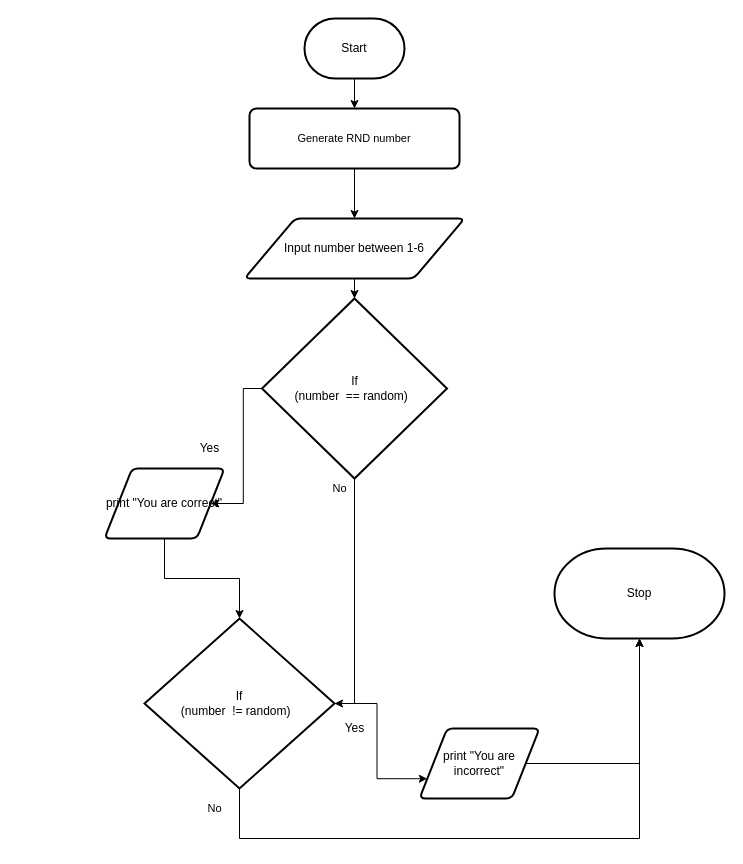
This is design/flow-chart.drawio from Kenny-Le-281/ICS2O-Unit5-01, a draw.io file, before an edit. Source tidied: cells renumbered, new cells numbered last; positions are measured from the earlier drawing's top-left corner, leaving out a move shared by most shapes. Both pictures are drawn from the tidied source at 100%, with x=0, y=0 at pixel (104, 18).
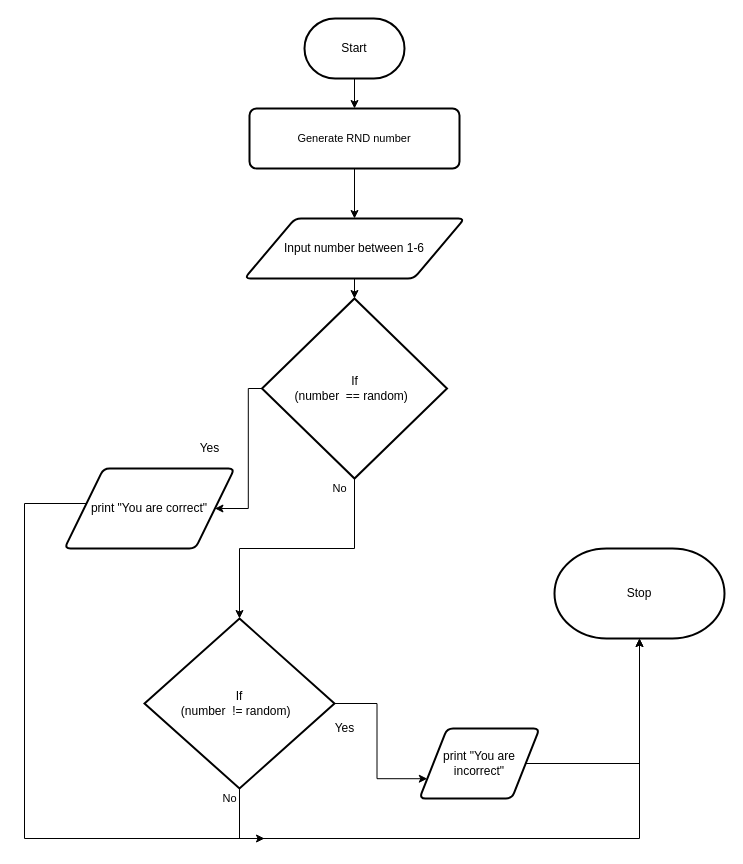
The same diagram, later.

The change refers to these unchanged cells:
```xml
<mxCell id="11" value="If&lt;br&gt;(number&amp;nbsp; == random)&amp;nbsp;&amp;nbsp;" style="strokeWidth=2;html=1;shape=mxgraph.flowchart.decision;whiteSpace=wrap;" parent="1" vertex="1">
  <mxGeometry x="157.5" y="280" width="185" height="180" as="geometry" />
</mxCell>
<mxCell id="15" value="If&lt;br&gt;(number&amp;nbsp; != random)&amp;nbsp;&amp;nbsp;" style="strokeWidth=2;html=1;shape=mxgraph.flowchart.decision;whiteSpace=wrap;" parent="1" vertex="1">
  <mxGeometry x="40" y="600" width="190" height="170" as="geometry" />
</mxCell>
```

Diff of the diagram source:
```diff
@@
-    <mxCell id="6" style="edgeStyle=orthogonalEdgeStyle;shape=connector;rounded=0;html=1;labelBackgroundColor=default;fontFamily=Helvetica;fontSize=11;fontColor=default;endArrow=classic;strokeColor=default;entryX=0.5;entryY=0;entryDx=0;entryDy=0;entryPerimeter=0;" parent="1" edge="1" source="7" target="15">
-      <mxGeometry relative="1" as="geometry" />
+    <mxCell id="6" style="edgeStyle=orthogonalEdgeStyle;shape=connector;rounded=0;html=1;labelBackgroundColor=default;fontFamily=Helvetica;fontSize=11;fontColor=default;endArrow=classic;strokeColor=default;" parent="1" edge="1" source="7">
+      <mxGeometry relative="1" as="geometry">
+        <mxPoint x="160" y="820" as="targetPoint" />
+        <Array as="points">
+          <mxPoint x="-80" y="485" />
+          <mxPoint x="-80" y="820" />
+        </Array>
+      </mxGeometry>
     </mxCell>
     <mxCell id="7" value="print &quot;You are correct&quot;" style="shape=parallelogram;html=1;strokeWidth=2;perimeter=parallelogramPerimeter;whiteSpace=wrap;rounded=1;arcSize=12;size=0.23;" parent="1" vertex="1">
-      <mxGeometry y="450" width="120" height="70" as="geometry" />
+      <mxGeometry x="-40" y="450" width="170" height="80" as="geometry" />
     </mxCell>
@@
-    <mxCell id="10" style="edgeStyle=orthogonalEdgeStyle;shape=connector;rounded=0;html=1;entryX=1;entryY=0.5;entryDx=0;entryDy=0;entryPerimeter=0;labelBackgroundColor=default;fontFamily=Helvetica;fontSize=11;fontColor=default;endArrow=classic;strokeColor=default;" parent="1" edge="1" source="11" target="15">
+    <mxCell id="10" style="edgeStyle=orthogonalEdgeStyle;shape=connector;rounded=0;html=1;labelBackgroundColor=default;fontFamily=Helvetica;fontSize=11;fontColor=default;endArrow=classic;strokeColor=default;" parent="1" edge="1" source="11" target="15">
       <mxGeometry relative="1" as="geometry" />
     </mxCell>
@@
     <mxCell id="19" value="Yes" style="text;html=1;align=center;verticalAlign=middle;fillColor=none;strokeColor=none;rounded=0;" parent="1" vertex="1">
-      <mxGeometry x="230" y="700" width="40" height="20" as="geometry" />
+      <mxGeometry x="220" y="700" width="40" height="20" as="geometry" />
     </mxCell>
     <mxCell id="20" value="No" style="text;html=1;align=center;verticalAlign=middle;strokeColor=none;fillColor=none;fontSize=11;fontFamily=Helvetica;fontColor=default;" parent="1" vertex="1">
-      <mxGeometry x="95" y="780" width="30" height="20" as="geometry" />
+      <mxGeometry x="110" y="770" width="30" height="20" as="geometry" />
     </mxCell>
```
